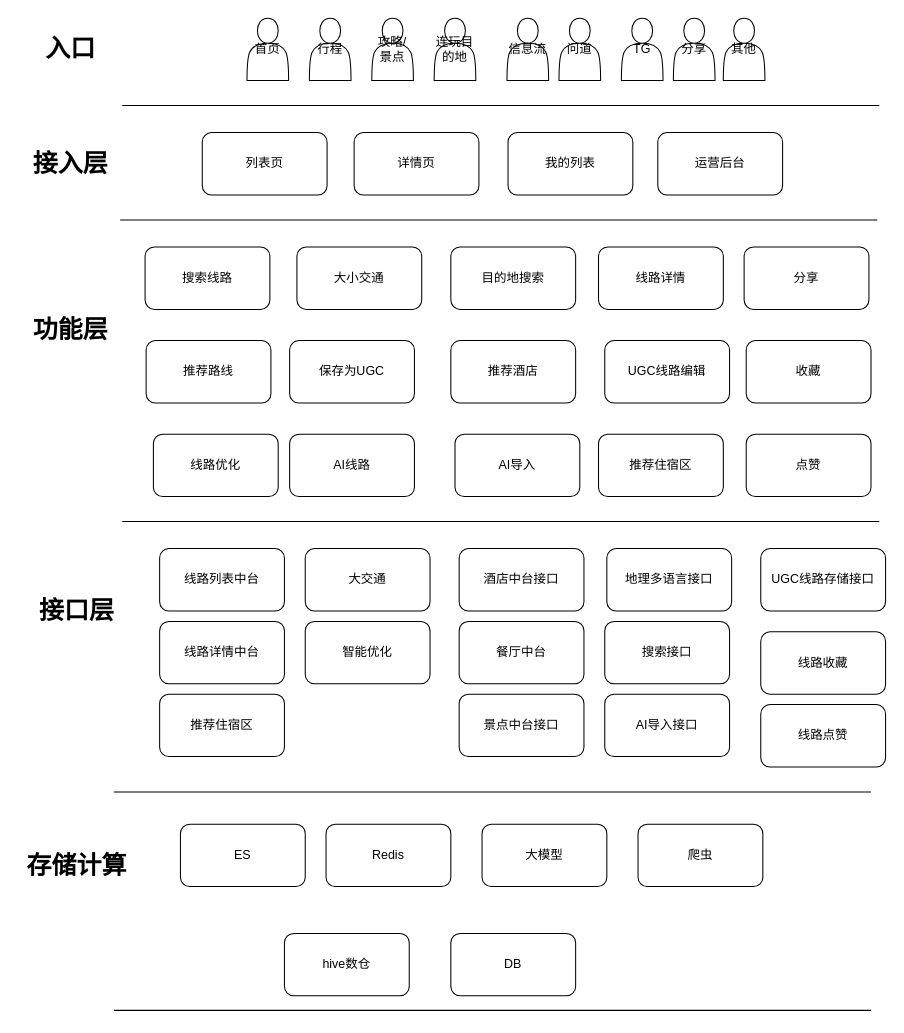
This is page "线路架构图" (3 of 3) of 线路数据流.drawio from tsafo/demo, a draw.io file, before an edit. Source tidied: cells renumbered, new cells numbered last; positions are measured from the earlier drawing's top-left corner, leaving out a move shared by most shapes. Both pictures are drawn from the tidied source at 104%, with x=0, y=0 at pixel (18, 18).
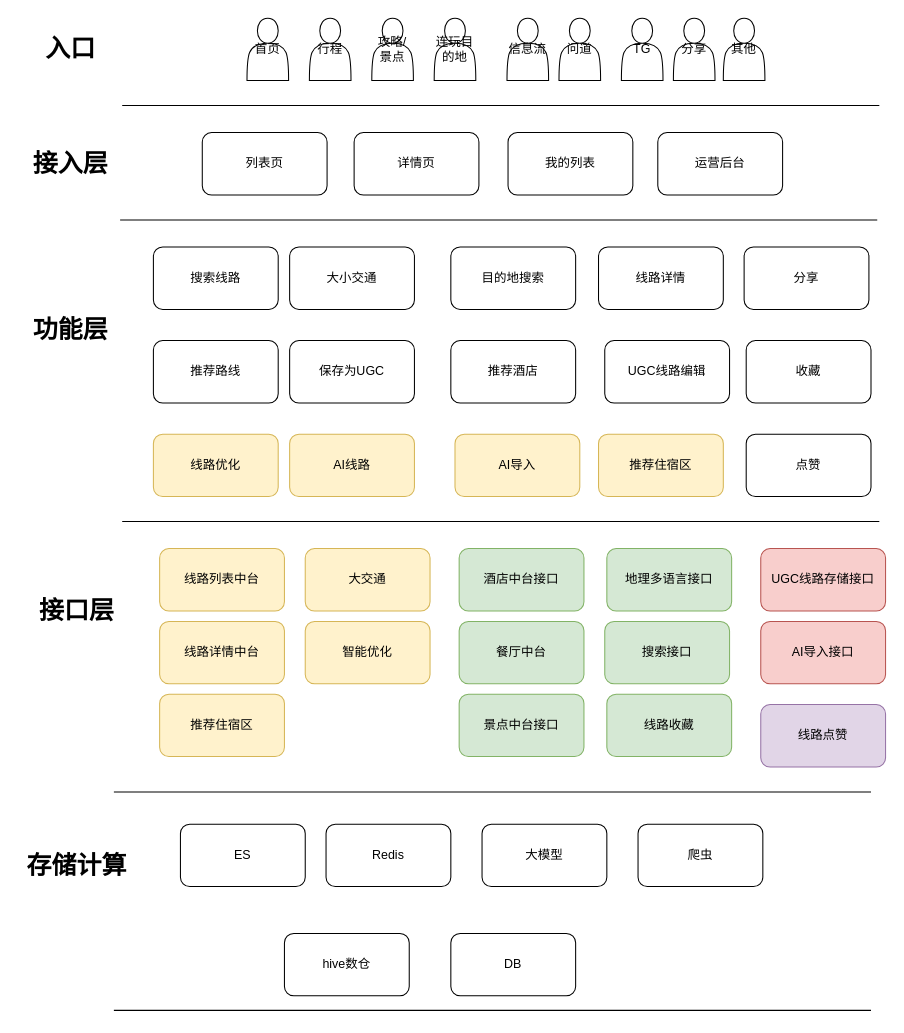
The same diagram, later.

Commit message:
更新线路数据流.drawio

Diff of the diagram source:
```diff
@@
-    <mxCell id="2" value="线路列表中台" style="rounded=1;whiteSpace=wrap;html=1;" parent="1" vertex="1">
+    <mxCell id="2" value="线路列表中台" style="rounded=1;whiteSpace=wrap;html=1;fillColor=#fff2cc;strokeColor=#d6b656;" parent="1" vertex="1">
       <mxGeometry x="136" y="510" width="120" height="60" as="geometry" />
     </mxCell>
@@
-    <mxCell id="4" value="线路详情中台" style="rounded=1;whiteSpace=wrap;html=1;" parent="1" vertex="1">
+    <mxCell id="4" value="线路详情中台" style="rounded=1;whiteSpace=wrap;html=1;fillColor=#fff2cc;strokeColor=#d6b656;" parent="1" vertex="1">
       <mxGeometry x="136" y="580" width="120" height="60" as="geometry" />
     </mxCell>
-    <mxCell id="5" value="搜索接口" style="rounded=1;whiteSpace=wrap;html=1;" parent="1" vertex="1">
+    <mxCell id="5" value="搜索接口" style="rounded=1;whiteSpace=wrap;html=1;fillColor=#d5e8d4;strokeColor=#82b366;" parent="1" vertex="1">
       <mxGeometry x="564" y="580" width="120" height="60" as="geometry" />
     </mxCell>
@@
-    <mxCell id="9" value="酒店中台接口" style="rounded=1;whiteSpace=wrap;html=1;" parent="1" vertex="1">
+    <mxCell id="9" value="酒店中台接口" style="rounded=1;whiteSpace=wrap;html=1;fillColor=#d5e8d4;strokeColor=#82b366;" parent="1" vertex="1">
       <mxGeometry x="424" y="510" width="120" height="60" as="geometry" />
     </mxCell>
@@
-    <mxCell id="12" value="景点中台接口" style="rounded=1;whiteSpace=wrap;html=1;" parent="1" vertex="1">
+    <mxCell id="12" value="景点中台接口" style="rounded=1;whiteSpace=wrap;html=1;fillColor=#d5e8d4;strokeColor=#82b366;" parent="1" vertex="1">
       <mxGeometry x="424" y="650" width="120" height="60" as="geometry" />
     </mxCell>
-    <mxCell id="13" value="AI导入接口" style="rounded=1;whiteSpace=wrap;html=1;" parent="1" vertex="1">
-      <mxGeometry x="564" y="650" width="120" height="60" as="geometry" />
+    <mxCell id="13" value="AI导入接口" style="rounded=1;whiteSpace=wrap;html=1;fillColor=#f8cecc;strokeColor=#b85450;" parent="1" vertex="1">
+      <mxGeometry x="714" y="580" width="120" height="60" as="geometry" />
     </mxCell>
@@
-    <mxCell id="24" value="大交通" style="rounded=1;whiteSpace=wrap;html=1;" parent="1" vertex="1">
+    <mxCell id="24" value="大交通" style="rounded=1;whiteSpace=wrap;html=1;fillColor=#fff2cc;strokeColor=#d6b656;" parent="1" vertex="1">
       <mxGeometry x="276" y="510" width="120" height="60" as="geometry" />
     </mxCell>
-    <mxCell id="25" value="智能优化" style="rounded=1;whiteSpace=wrap;html=1;" parent="1" vertex="1">
+    <mxCell id="25" value="智能优化" style="rounded=1;whiteSpace=wrap;html=1;fillColor=#fff2cc;strokeColor=#d6b656;" parent="1" vertex="1">
       <mxGeometry x="276" y="580" width="120" height="60" as="geometry" />
     </mxCell>
-    <mxCell id="26" value="推荐住宿区" style="rounded=1;whiteSpace=wrap;html=1;" parent="1" vertex="1">
+    <mxCell id="26" value="推荐住宿区" style="rounded=1;whiteSpace=wrap;html=1;fillColor=#fff2cc;strokeColor=#d6b656;" parent="1" vertex="1">
       <mxGeometry x="136" y="650" width="120" height="60" as="geometry" />
     </mxCell>
-    <mxCell id="27" value="餐厅中台" style="rounded=1;whiteSpace=wrap;html=1;" parent="1" vertex="1">
+    <mxCell id="27" value="餐厅中台" style="rounded=1;whiteSpace=wrap;html=1;fillColor=#d5e8d4;strokeColor=#82b366;" parent="1" vertex="1">
       <mxGeometry x="424" y="580" width="120" height="60" as="geometry" />
     </mxCell>
-    <mxCell id="28" value="地理多语言接口" style="rounded=1;whiteSpace=wrap;html=1;" parent="1" vertex="1">
+    <mxCell id="28" value="地理多语言接口" style="rounded=1;whiteSpace=wrap;html=1;fillColor=#d5e8d4;strokeColor=#82b366;" parent="1" vertex="1">
       <mxGeometry x="566" y="510" width="120" height="60" as="geometry" />
     </mxCell>
@@
-    <mxCell id="39" value="UGC线路存储接口" style="rounded=1;whiteSpace=wrap;html=1;" parent="1" vertex="1">
+    <mxCell id="39" value="UGC线路存储接口" style="rounded=1;whiteSpace=wrap;html=1;fillColor=#f8cecc;strokeColor=#b85450;" parent="1" vertex="1">
       <mxGeometry x="714" y="510" width="120" height="60" as="geometry" />
     </mxCell>
-    <mxCell id="40" value="线路收藏" style="rounded=1;whiteSpace=wrap;html=1;" parent="1" vertex="1">
-      <mxGeometry x="714" y="590" width="120" height="60" as="geometry" />
+    <mxCell id="40" value="线路收藏" style="rounded=1;whiteSpace=wrap;html=1;fillColor=#d5e8d4;strokeColor=#82b366;" parent="1" vertex="1">
+      <mxGeometry x="566" y="650" width="120" height="60" as="geometry" />
     </mxCell>
@@
-    <mxCell id="42" value="线路点赞" style="rounded=1;whiteSpace=wrap;html=1;" parent="1" vertex="1">
+    <mxCell id="42" value="线路点赞" style="rounded=1;whiteSpace=wrap;html=1;fillColor=#e1d5e7;strokeColor=#9673a6;" parent="1" vertex="1">
       <mxGeometry x="714" y="660" width="120" height="60" as="geometry" />
     </mxCell>
@@
     <mxCell id="45" value="搜索线路" style="rounded=1;whiteSpace=wrap;html=1;" parent="1" vertex="1">
-      <mxGeometry x="122" y="220" width="120" height="60" as="geometry" />
+      <mxGeometry x="130" y="220" width="120" height="60" as="geometry" />
     </mxCell>
     <mxCell id="46" value="推荐路线" style="rounded=1;whiteSpace=wrap;html=1;" parent="1" vertex="1">
-      <mxGeometry x="123" y="310" width="120" height="60" as="geometry" />
+      <mxGeometry x="130" y="310" width="120" height="60" as="geometry" />
     </mxCell>
@@
-    <mxCell id="48" value="AI导入" style="rounded=1;whiteSpace=wrap;html=1;" parent="1" vertex="1">
+    <mxCell id="48" value="AI导入" style="rounded=1;whiteSpace=wrap;html=1;fillColor=#fff2cc;strokeColor=#d6b656;" parent="1" vertex="1">
       <mxGeometry x="420" y="400" width="120" height="60" as="geometry" />
     </mxCell>
     <mxCell id="49" value="大小交通" style="rounded=1;whiteSpace=wrap;html=1;" parent="1" vertex="1">
-      <mxGeometry x="268" y="220" width="120" height="60" as="geometry" />
+      <mxGeometry x="261" y="220" width="120" height="60" as="geometry" />
     </mxCell>
@@
-    <mxCell id="52" value="AI线路" style="rounded=1;whiteSpace=wrap;html=1;" parent="1" vertex="1">
+    <mxCell id="52" value="AI线路" style="rounded=1;whiteSpace=wrap;html=1;fillColor=#fff2cc;strokeColor=#d6b656;" parent="1" vertex="1">
       <mxGeometry x="261" y="400" width="120" height="60" as="geometry" />
     </mxCell>
-    <mxCell id="53" value="线路优化" style="rounded=1;whiteSpace=wrap;html=1;" parent="1" vertex="1">
+    <mxCell id="53" value="线路优化" style="rounded=1;whiteSpace=wrap;html=1;fillColor=#fff2cc;strokeColor=#d6b656;" parent="1" vertex="1">
       <mxGeometry x="130" y="400" width="120" height="60" as="geometry" />
     </mxCell>
@@
-    <mxCell id="56" value="推荐住宿区" style="rounded=1;whiteSpace=wrap;html=1;" parent="1" vertex="1">
+    <mxCell id="56" value="推荐住宿区" style="rounded=1;whiteSpace=wrap;html=1;fillColor=#fff2cc;strokeColor=#d6b656;" parent="1" vertex="1">
       <mxGeometry x="558" y="400" width="120" height="60" as="geometry" />
     </mxCell>
```
